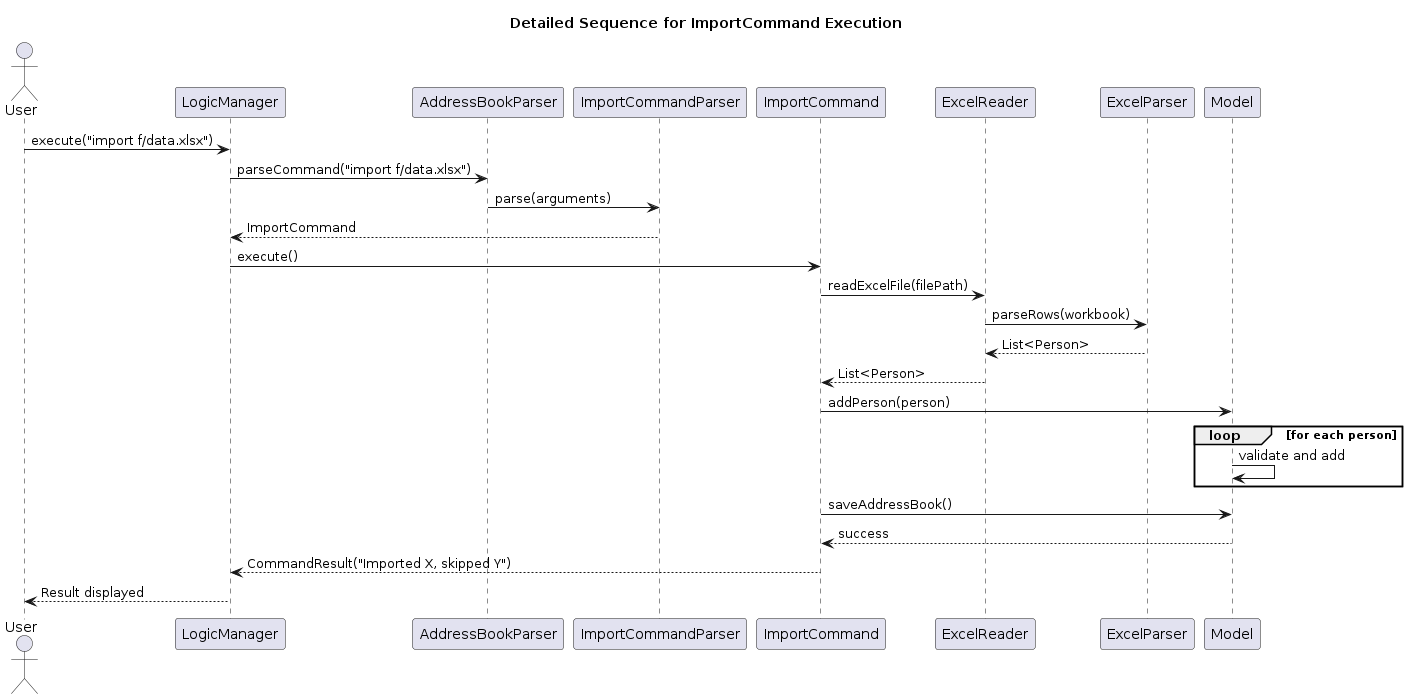
The PlantUML diagram diagrams/ImportExcelDetailedSequence.png in POeticPotatoes/tp, before a commit. Its source is kept beside it as diagrams/ImportExcelDetailedSequence.puml.
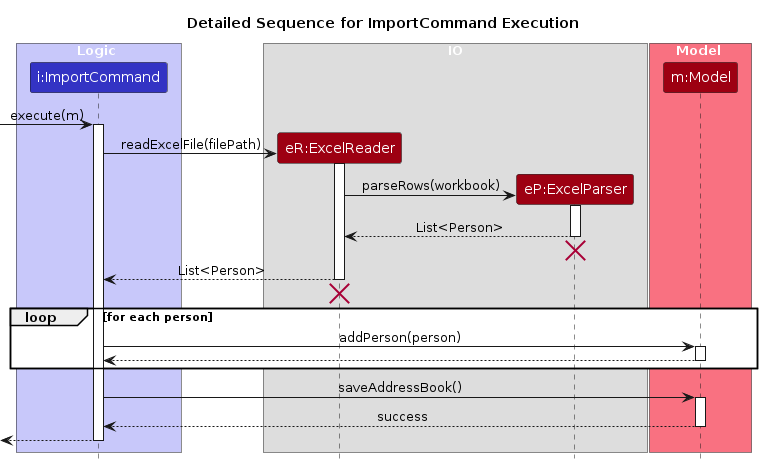
The same diagram one commit later.

Diff of the diagram source:
```diff
@@ -1,33 +1,55 @@
 @startuml
+!include style.puml
+skinparam ArrowFontStyle plain
 title Detailed Sequence for ImportCommand Execution
 
-actor User
-participant LogicManager
-participant AddressBookParser
-participant ImportCommandParser
-participant ImportCommand
-participant ExcelReader
-participant ExcelParser
-participant Model
+box Logic LOGIC_COLOR_T1
+participant "i:ImportCommand" as ImportCommand LOGIC_COLOR
+end box
 
-User -> LogicManager : execute("import f/data.xlsx")
-LogicManager -> AddressBookParser : parseCommand("import f/data.xlsx")
-AddressBookParser -> ImportCommandParser : parse(arguments)
-ImportCommandParser --> LogicManager : ImportCommand
+box IO
+participant "eR:ExcelReader" as ExcelReader MODEL_COLOR
+participant "eP:ExcelParser" as ExcelParser MODEL_COLOR
+end box
 
-LogicManager -> ImportCommand : execute()
+box Model MODEL_COLOR_T1
+participant "m:Model" as Model MODEL_COLOR
+end box
+
+-> ImportCommand : execute(m)
+activate ImportCommand
+
+create ExcelReader
 ImportCommand -> ExcelReader : readExcelFile(filePath)
+activate ExcelReader
+
+create ExcelParser
 ExcelReader -> ExcelParser : parseRows(workbook)
+activate ExcelParser
+
 ExcelParser --> ExcelReader : List<Person>
+deactivate ExcelParser
+ExcelParser -[hidden]-> ExcelReader
+destroy ExcelParser
+
 ExcelReader --> ImportCommand : List<Person>
-ImportCommand -> Model : addPerson(person)
+deactivate ExcelReader
+ExcelReader -[hidden]-> ImportCommand
+destroy ExcelReader
+
 loop for each person
-    Model -> Model : validate and add
+    ImportCommand -> Model : addPerson(person)
+    activate Model
+    Model --> ImportCommand
+    deactivate Model
 end
+
 ImportCommand -> Model : saveAddressBook()
+activate Model
 Model --> ImportCommand : success
-ImportCommand --> LogicManager : CommandResult("Imported X, skipped Y")
+deactivate Model
 
-LogicManager --> User : Result displayed
+[<-- ImportCommand
+deactivate ImportCommand
 
 @enduml
```
